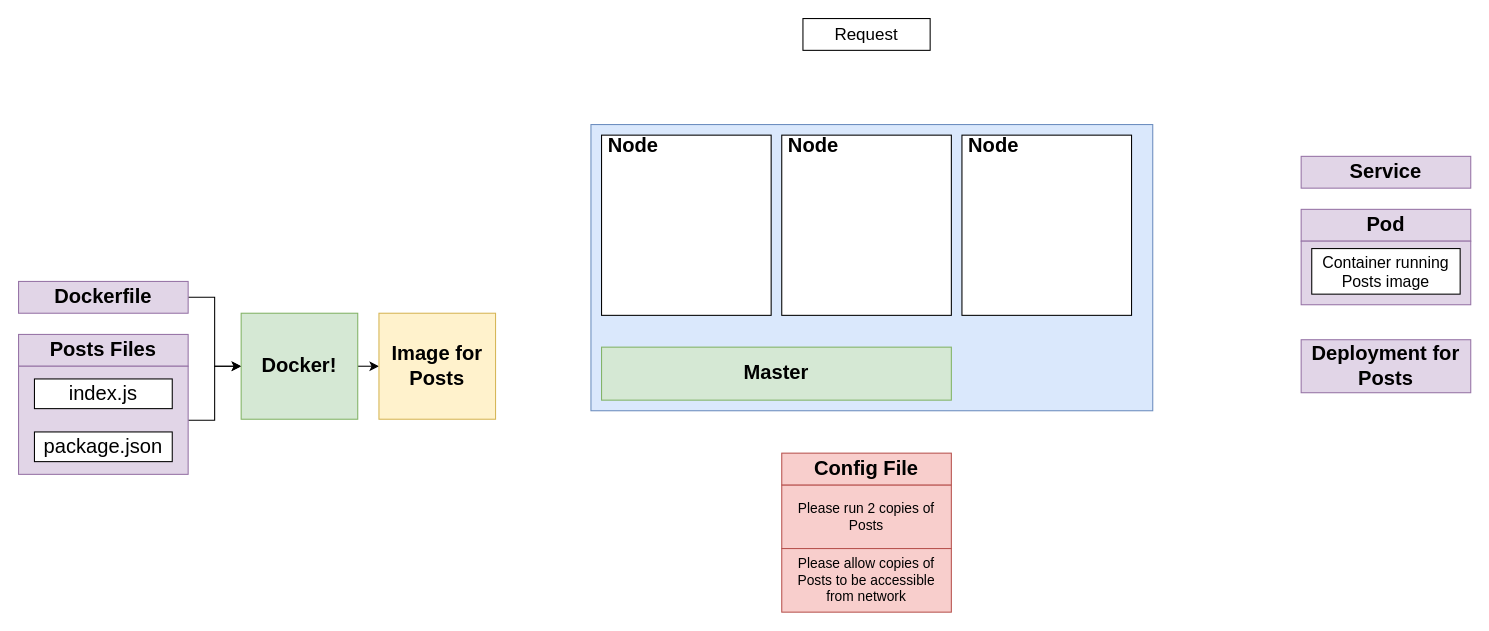
HappySuzuki/microservices-cast keeps this draw.io diagram as page "04 - k" (3 of 8) of diagrams/04/02.drawio. Above is the earlier version. Source tidied: cells renumbered, new cells numbered last; positions are measured from the earlier drawing's top-left corner, leaving out a move shared by most shapes. Both pictures are drawn from the tidied source at 106%, with x=0, y=0 at pixel (18, 18).
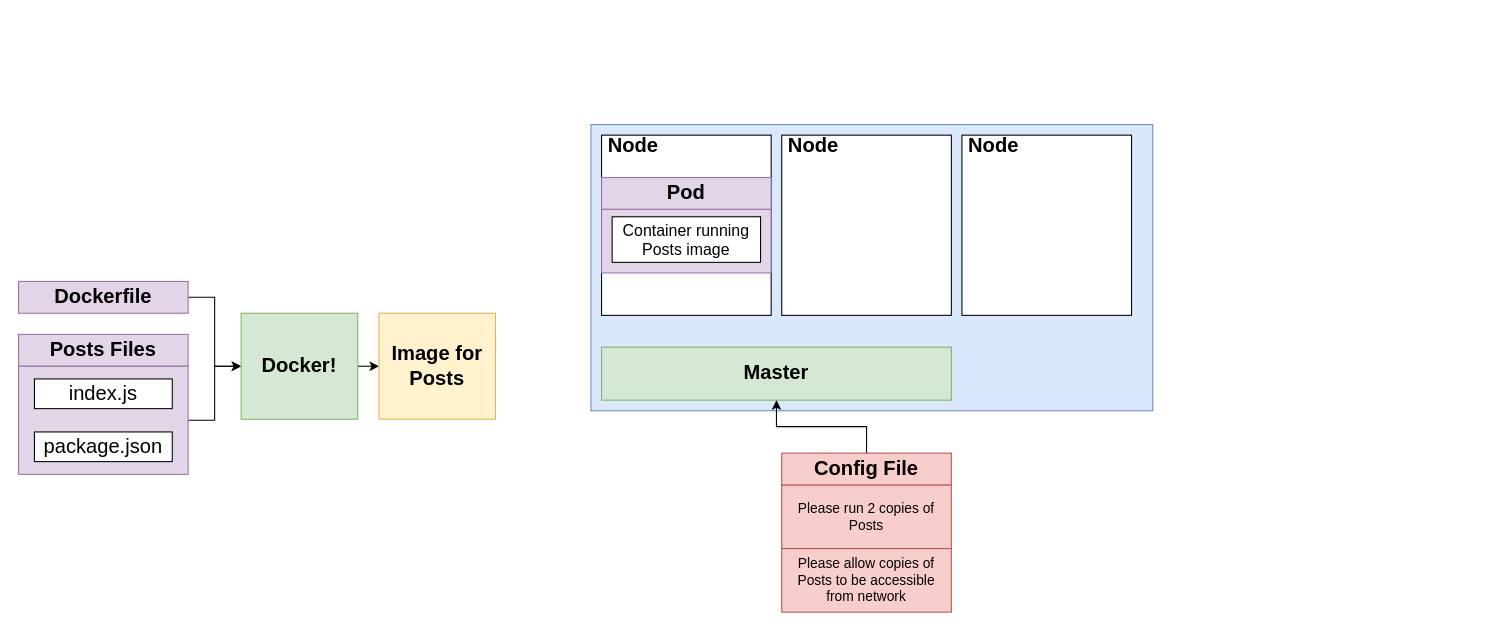
The same page after the edit.

Unchanged cells that the change refers to:
```xml
<mxCell id="7" value="Master" style="rounded=0;whiteSpace=wrap;html=1;fontSize=19;fontStyle=1;fillColor=#d5e8d4;strokeColor=#82b366;" parent="1" vertex="1">
  <mxGeometry x="550" y="310" width="330" height="50" as="geometry" />
</mxCell>
<mxCell id="12" value="Config File" style="rounded=0;whiteSpace=wrap;html=1;fontSize=19;fillColor=#f8cecc;strokeColor=#b85450;fontStyle=1;" parent="1" vertex="1">
  <mxGeometry x="720" y="410" width="160" height="30" as="geometry" />
</mxCell>
```

Change to the diagram source:
```diff
@@
-    <mxCell id="6" value="Request" style="rounded=0;whiteSpace=wrap;html=1;fontSize=16;fontColor=#000000;" parent="1" vertex="1">
-      <mxGeometry x="740" width="120" height="30" as="geometry" />
-    </mxCell>
@@
+    <mxCell id="29" style="edgeStyle=orthogonalEdgeStyle;rounded=0;jettySize=auto;html=1;exitX=0.5;exitY=0;exitDx=0;exitDy=0;fontSize=15;fontColor=#000000;" parent="1" edge="1" source="12" target="7">
+      <mxGeometry relative="1" as="geometry" />
+    </mxCell>
@@
-    <mxCell id="23" value="Deployment for Posts" style="rounded=0;whiteSpace=wrap;html=1;fontSize=19;fillColor=#e1d5e7;strokeColor=#9673a6;fontStyle=1;" parent="1" vertex="1">
-      <mxGeometry x="1210" y="303" width="160" height="50" as="geometry" />
-    </mxCell>
@@
     <mxCell id="25" value="Pod" style="rounded=0;whiteSpace=wrap;html=1;fontSize=19;fillColor=#e1d5e7;strokeColor=#9673a6;fontStyle=1;" parent="1" vertex="1">
-      <mxGeometry x="1210" y="180" width="160" height="30" as="geometry" />
+      <mxGeometry x="550" y="150" width="160" height="30" as="geometry" />
     </mxCell>
     <mxCell id="26" style="rounded=0;whiteSpace=wrap;html=1;fontSize=19;fillColor=#e1d5e7;strokeColor=#9673a6;fontStyle=1;" parent="1" vertex="1">
-      <mxGeometry x="1210" y="210" width="160" height="60" as="geometry" />
+      <mxGeometry x="550" y="180" width="160" height="60" as="geometry" />
     </mxCell>
     <mxCell id="27" value="Container running Posts image" style="rounded=0;whiteSpace=wrap;html=1;fontSize=15;fontColor=#000000;" parent="1" vertex="1">
-      <mxGeometry x="1220" y="217" width="140" height="43" as="geometry" />
+      <mxGeometry x="560" y="187" width="140" height="43" as="geometry" />
     </mxCell>
-    <mxCell id="28" value="Service" style="rounded=0;whiteSpace=wrap;html=1;fontSize=19;fillColor=#e1d5e7;strokeColor=#9673a6;fontStyle=1;" parent="1" vertex="1">
-      <mxGeometry x="1210" y="130" width="160" height="30" as="geometry" />
-    </mxCell>
```
